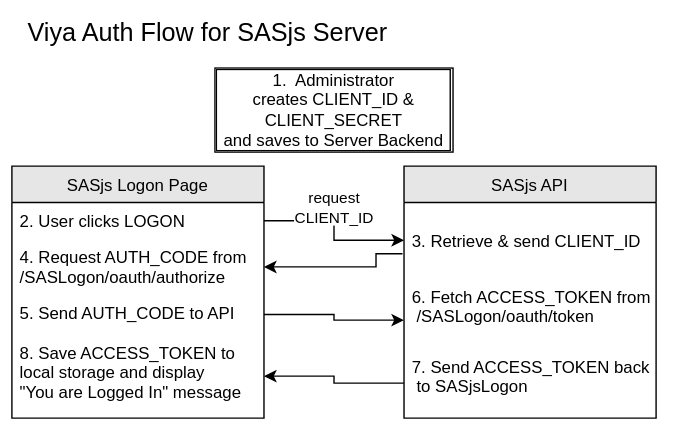
sasjs/server.sasjs.io keeps this draw.io diagram as docs/draw.io/viyaflow.svg. Above is the earlier version. Source tidied: cells renumbered, new cells last; positions are measured from the earlier drawing's top-left corner, leaving out a move shared by most shapes.
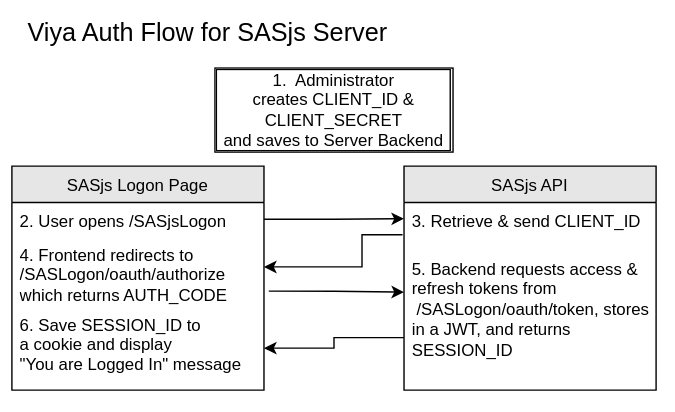
The same diagram one commit later.

Change to the diagram source:
```diff
@@ -3,61 +3,53 @@
     <mxCell id="0" />
     <mxCell id="1" parent="0" />
     <mxCell id="2" value="SASjs Logon Page" style="swimlane;fontStyle=0;horizontal=1;startSize=26;strokeColor=#000000;fillColor=#E6E6E6;color:#000000;fontColor=#000000;" parent="1" vertex="1">
-      <mxGeometry y="110" width="180" height="180" as="geometry" />
+      <mxGeometry y="110" width="180" height="160" as="geometry" />
     </mxCell>
-    <mxCell id="3" value="2. User clicks LOGON" style="text;strokeColor=none;fillColor=none;align=left;verticalAlign=top;spacingLeft=4;spacingRight=4;overflow=hidden;points=[[0,0.5],[1,0.5]];portConstraint=eastwest;fontColor=#000000;" parent="2" vertex="1">
-      <mxGeometry y="26" width="180" height="26" as="geometry" />
+    <mxCell id="3" value="2. User opens /SASjsLogon" style="text;strokeColor=none;fillColor=none;align=left;verticalAlign=top;spacingLeft=4;spacingRight=4;overflow=hidden;points=[[0,0.5],[1,0.5]];portConstraint=eastwest;fontColor=#000000;whiteSpace=wrap;" parent="2" vertex="1">
+      <mxGeometry y="26" width="180" height="24" as="geometry" />
     </mxCell>
-    <mxCell id="4" value="4. Request AUTH_CODE from &#10;/SASLogon/oauth/authorize" style="text;strokeColor=none;fillColor=none;align=left;verticalAlign=top;spacingLeft=4;spacingRight=4;overflow=hidden;points=[[0,0.5],[1,0.5]];portConstraint=eastwest;fontColor=#000000;" parent="2" vertex="1">
-      <mxGeometry y="52" width="180" height="40" as="geometry" />
+    <mxCell id="4" value="4. Frontend redirects to  &#10;/SASLogon/oauth/authorize which returns AUTH_CODE" style="text;strokeColor=none;fillColor=none;align=left;verticalAlign=top;spacingLeft=4;spacingRight=4;overflow=hidden;points=[[0,0.5],[1,0.5]];portConstraint=eastwest;fontColor=#000000;whiteSpace=wrap;" parent="2" vertex="1">
+      <mxGeometry y="50" width="180" height="50" as="geometry" />
     </mxCell>
-    <mxCell id="5" value="5. Send AUTH_CODE to API" style="text;strokeColor=none;fillColor=none;align=left;verticalAlign=top;spacingLeft=4;spacingRight=4;overflow=hidden;points=[[0,0.5],[1,0.5]];portConstraint=eastwest;fontColor=#000000;" parent="2" vertex="1">
-      <mxGeometry y="92" width="180" height="28" as="geometry" />
-    </mxCell>
-    <mxCell id="6" value="8. Save ACCESS_TOKEN to&#10;local storage and display &#10;&quot;You are Logged In&quot; message" style="text;strokeColor=none;fillColor=none;align=left;verticalAlign=top;spacingLeft=4;spacingRight=4;overflow=hidden;points=[[0,0.5],[1,0.5]];portConstraint=eastwest;fontColor=#000000;" parent="2" vertex="1">
-      <mxGeometry y="120" width="180" height="60" as="geometry" />
+    <mxCell id="6" value="6. Save SESSION_ID to&#10;a cookie and display &#10;&quot;You are Logged In&quot; message" style="text;strokeColor=none;fillColor=none;align=left;verticalAlign=top;spacingLeft=4;spacingRight=4;overflow=hidden;points=[[0,0.5],[1,0.5]];portConstraint=eastwest;fontColor=#000000;" parent="2" vertex="1">
+      <mxGeometry y="100" width="180" height="60" as="geometry" />
     </mxCell>
+    <mxCell id="17" style="edgeStyle=orthogonalEdgeStyle;rounded=0;orthogonalLoop=1;jettySize=auto;html=1;exitX=1;exitY=0.5;exitDx=0;exitDy=0;labelBackgroundColor=none;fontSize=10;fontColor=#000000;strokeColor=#000000;fillColor=#000000;" parent="2" edge="1" source="4" target="4">
+      <mxGeometry relative="1" as="geometry" />
+    </mxCell>
     <mxCell id="7" value="SASjs API" style="swimlane;fontStyle=0;horizontal=1;startSize=26;fontColor=#000000;fillColor=#E6E6E6;strokeColor=#000000;" parent="1" vertex="1">
-      <mxGeometry x="280" y="110" width="180" height="180" as="geometry" />
+      <mxGeometry x="280" y="110" width="180" height="160" as="geometry" />
     </mxCell>
-    <mxCell id="8" value="&#10;3. Retrieve &amp; send CLIENT_ID" style="text;strokeColor=none;fillColor=none;align=left;verticalAlign=top;spacingLeft=4;spacingRight=4;overflow=hidden;points=[[0,0.5],[1,0.5]];portConstraint=eastwest;fontColor=#000000;" parent="7" vertex="1">
-      <mxGeometry y="26" width="180" height="54" as="geometry" />
+    <mxCell id="8" value="3. Retrieve &amp; send CLIENT_ID" style="text;strokeColor=none;fillColor=none;align=left;verticalAlign=top;spacingLeft=4;spacingRight=4;overflow=hidden;points=[[0,0.5],[1,0.5]];portConstraint=eastwest;fontColor=#000000;" parent="7" vertex="1">
+      <mxGeometry y="26" width="180" height="34" as="geometry" />
     </mxCell>
-    <mxCell id="9" value="6. Fetch ACCESS_TOKEN from&#10; /SASLogon/oauth/token " style="text;strokeColor=none;fillColor=none;align=left;verticalAlign=top;spacingLeft=4;spacingRight=4;overflow=hidden;points=[[0,0.5],[1,0.5]];portConstraint=eastwest;fontColor=#000000;" parent="7" vertex="1">
-      <mxGeometry y="80" width="180" height="50" as="geometry" />
+    <mxCell id="9" value="5. Backend requests access &amp; refresh tokens from&#10; /SASLogon/oauth/token, stores in a JWT, and returns SESSION_ID&#10;" style="text;strokeColor=none;fillColor=none;align=left;verticalAlign=top;spacingLeft=4;spacingRight=4;overflow=hidden;points=[[0,0.5],[1,0.5]];portConstraint=eastwest;fontColor=#000000;whiteSpace=wrap;" parent="7" vertex="1">
+      <mxGeometry y="60" width="180" height="100" as="geometry" />
     </mxCell>
-    <mxCell id="10" value="7. Send ACCESS_TOKEN back&#10; to SASjsLogon" style="text;strokeColor=none;fillColor=none;align=left;verticalAlign=top;spacingLeft=4;spacingRight=4;overflow=hidden;points=[[0,0.5],[1,0.5]];portConstraint=eastwest;fontColor=#000000;" parent="7" vertex="1">
-      <mxGeometry y="130" width="180" height="50" as="geometry" />
-    </mxCell>
-    <mxCell id="11" value="&lt;span style=&quot;background-color: rgb(255 , 255 , 255)&quot;&gt;request &lt;br&gt;CLIENT_ID&lt;/span&gt;" style="edgeStyle=orthogonalEdgeStyle;rounded=0;jettySize=auto;html=1;exitX=1;exitY=0.5;exitDx=0;exitDy=0;entryX=0;entryY=0.5;entryDx=0;entryDy=0;fontColor=#000000;labelBackgroundColor=none;labelBorderColor=none;strokeColor=#000000;" parent="1" edge="1" source="3" target="8">
+    <mxCell id="11" style="edgeStyle=orthogonalEdgeStyle;rounded=0;jettySize=auto;html=1;exitX=1;exitY=0.5;exitDx=0;exitDy=0;entryX=0;entryY=0.341;entryDx=0;entryDy=0;fontColor=#000000;labelBackgroundColor=none;labelBorderColor=none;strokeColor=#000000;entryPerimeter=0;" parent="1" edge="1" source="3" target="8">
       <mxGeometry x="-0.12" y="-9" relative="1" as="geometry">
         <mxPoint x="9" y="-9" as="offset" />
       </mxGeometry>
     </mxCell>
-    <mxCell id="12" style="edgeStyle=orthogonalEdgeStyle;rounded=0;jettySize=auto;html=1;exitX=1;exitY=0.5;exitDx=0;exitDy=0;strokeColor=#000000;" parent="1" edge="1" source="5" target="9">
-      <mxGeometry relative="1" as="geometry">
-        <Array as="points">
-          <mxPoint x="230" y="216" />
-          <mxPoint x="230" y="220" />
-        </Array>
-      </mxGeometry>
-    </mxCell>
     <mxCell id="13" style="edgeStyle=orthogonalEdgeStyle;rounded=0;jettySize=auto;html=1;fillColor=#000000;strokeColor=#000000;exitX=-0.006;exitY=0.677;exitDx=0;exitDy=0;exitPerimeter=0;" parent="1" edge="1" source="8" target="4">
       <mxGeometry relative="1" as="geometry">
         <Array as="points">
-          <mxPoint x="260" y="173" />
-          <mxPoint x="260" y="182" />
+          <mxPoint x="250" y="159" />
+          <mxPoint x="250" y="182" />
         </Array>
       </mxGeometry>
     </mxCell>
-    <mxCell id="14" style="edgeStyle=orthogonalEdgeStyle;rounded=0;jettySize=auto;html=1;entryX=1;entryY=0.5;entryDx=0;entryDy=0;strokeColor=#000000;" parent="1" edge="1" source="10" target="6">
-      <mxGeometry relative="1" as="geometry" />
-    </mxCell>
     <mxCell id="15" value="&lt;span&gt;1.&amp;nbsp; Administrator creates&amp;nbsp;CLIENT_ID &amp;amp; CLIENT_SECRET&lt;/span&gt;&lt;br&gt;&lt;span&gt;and saves to Server Backend&lt;/span&gt;" style="rounded=0;whiteSpace=wrap;html=1;fontColor=#000000;labelBackgroundColor=#ffffff;labelBorderColor=#000000;" parent="1" vertex="1">
       <mxGeometry x="145" y="40" width="170" height="60" as="geometry" />
     </mxCell>
     <mxCell id="16" value="&lt;font style=&quot;font-size: 18px&quot;&gt;Viya Auth Flow for SASjs Server&lt;/font&gt;" style="text;html=1;strokeColor=none;fillColor=none;align=center;verticalAlign=middle;whiteSpace=wrap;rounded=0;fontColor=#000000;" parent="1" vertex="1">
       <mxGeometry width="280" height="30" as="geometry" />
     </mxCell>
+    <mxCell id="18" style="edgeStyle=orthogonalEdgeStyle;rounded=0;jettySize=auto;html=1;exitX=0;exitY=0.625;exitDx=0;exitDy=0;labelBackgroundColor=none;fontSize=10;fontColor=#000000;strokeColor=#000000;fillColor=#000000;exitPerimeter=0;entryX=1;entryY=0.5;entryDx=0;entryDy=0;" parent="1" edge="1" source="9" target="6">
+      <mxGeometry relative="1" as="geometry" />
+    </mxCell>
+    <mxCell id="19" style="edgeStyle=orthogonalEdgeStyle;rounded=0;jettySize=auto;html=1;exitX=1.019;exitY=0.785;exitDx=0;exitDy=0;entryX=0;entryY=0.3;entryDx=0;entryDy=0;entryPerimeter=0;labelBackgroundColor=none;fontSize=10;fontColor=#000000;strokeColor=#000000;fillColor=#000000;exitPerimeter=0;" parent="1" edge="1" source="4" target="9">
+      <mxGeometry relative="1" as="geometry" />
+    </mxCell>
   </root>
 </mxGraphModel>
```
